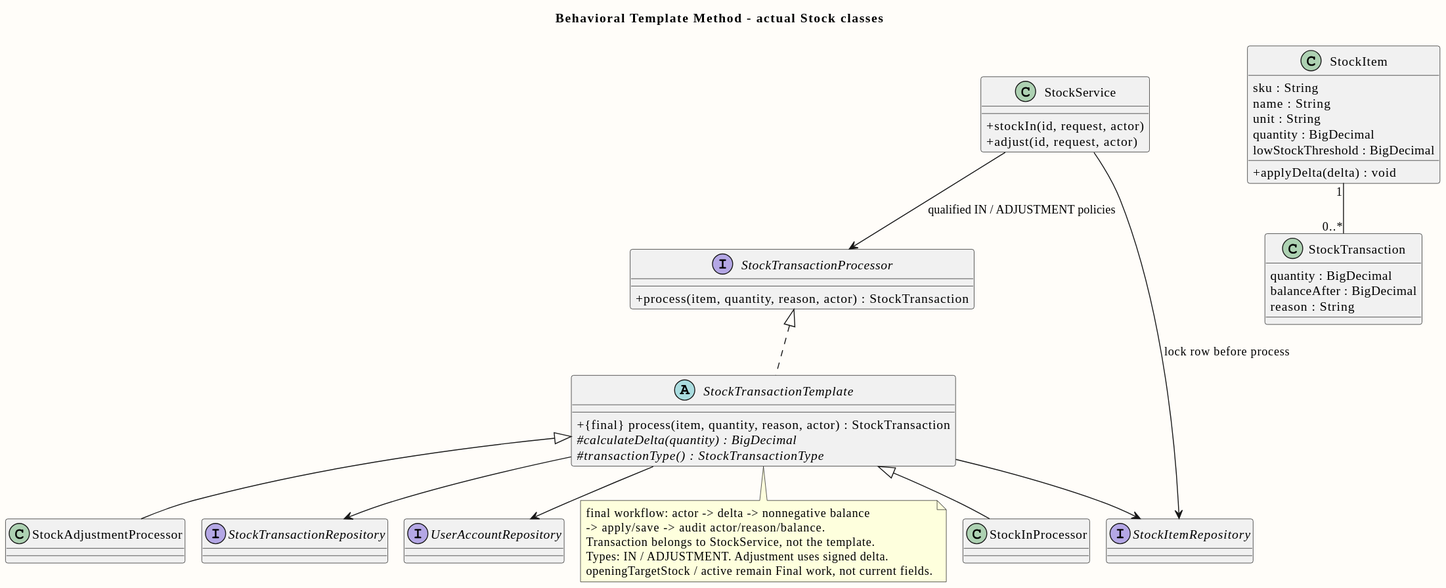
This is doc/diagrams/previews/class-stock-template.svg from PavaritPramual/buffet-restaurant-management-system, a PlantUML export, as it was before one commit.
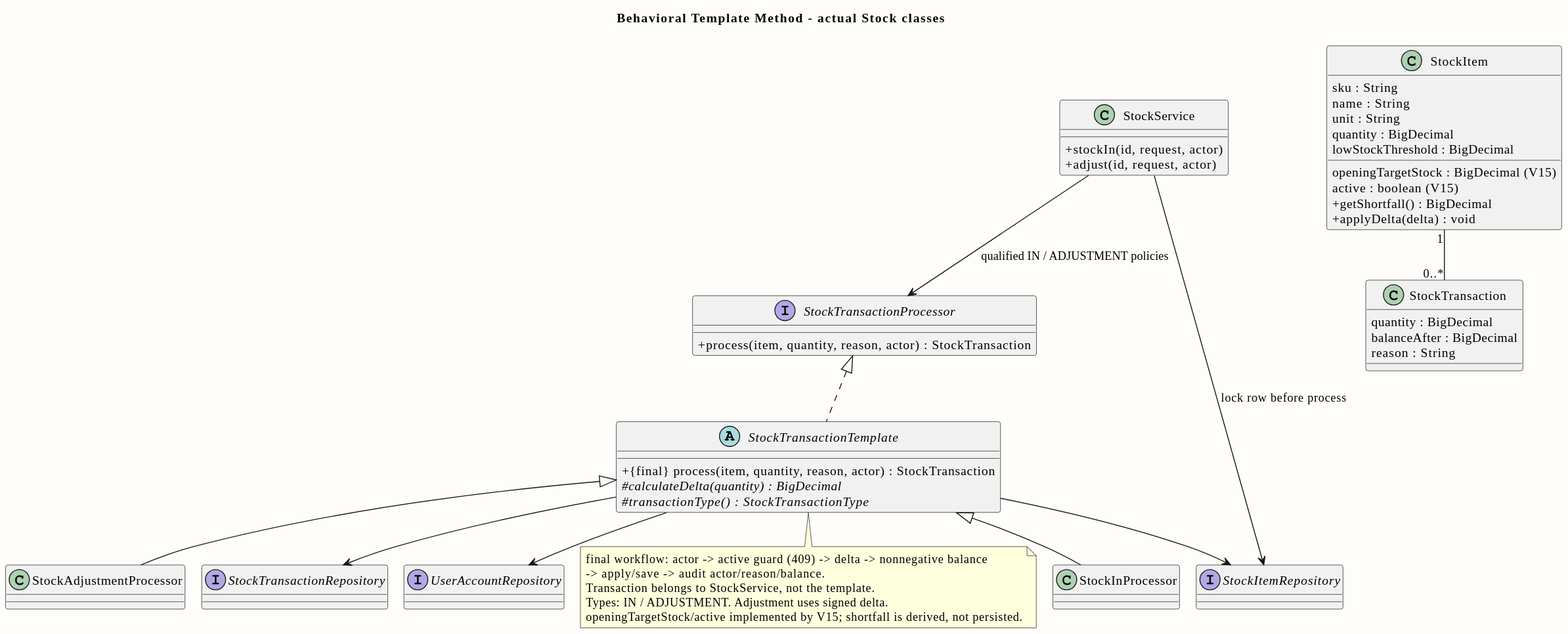
The same diagram one commit later.

Diff of the diagram source:
```diff
@@ -25,6 +25,9 @@
  unit : String
  quantity : BigDecimal
  lowStockThreshold : BigDecimal
+ openingTargetStock : BigDecimal (V15)
+ active : boolean (V15)
+ +getShortfall() : BigDecimal
  +applyDelta(delta) : void
 }
 class StockTransaction {
@@ -45,10 +48,10 @@
 StockTransactionTemplate --> UserAccountRepository
 StockItem "1" -- "0..*" StockTransaction
 note bottom of StockTransactionTemplate
- final workflow: actor -> delta -> nonnegative balance
+ final workflow: actor -> active guard (409) -> delta -> nonnegative balance
  -> apply/save -> audit actor/reason/balance.
  Transaction belongs to StockService, not the template.
  Types: IN / ADJUSTMENT. Adjustment uses signed delta.
- openingTargetStock / active remain Final work, not current fields.
+ openingTargetStock/active implemented by V15; shortfall is derived, not persisted.
 end note
 @enduml
```
